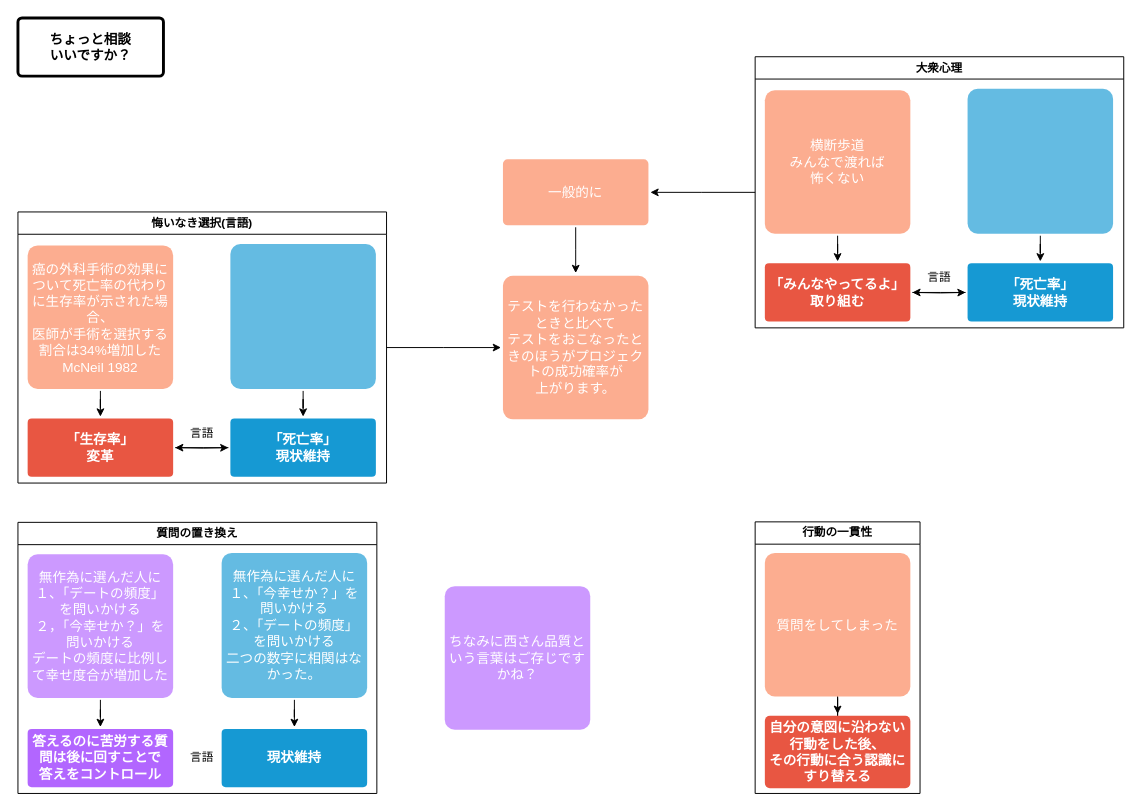
minegishirei/draw_v1 keeps this draw.io diagram as page "20240226品質の選択" (3 of 9) of psy/psy.drawio. Above is the earlier version. Source tidied: cells renumbered, new cells numbered last; positions are measured from the earlier drawing's top-left corner, leaving out a move shared by most shapes. Both pictures are drawn from the tidied source at 97%, with x=0, y=0 at pixel (17, 17).
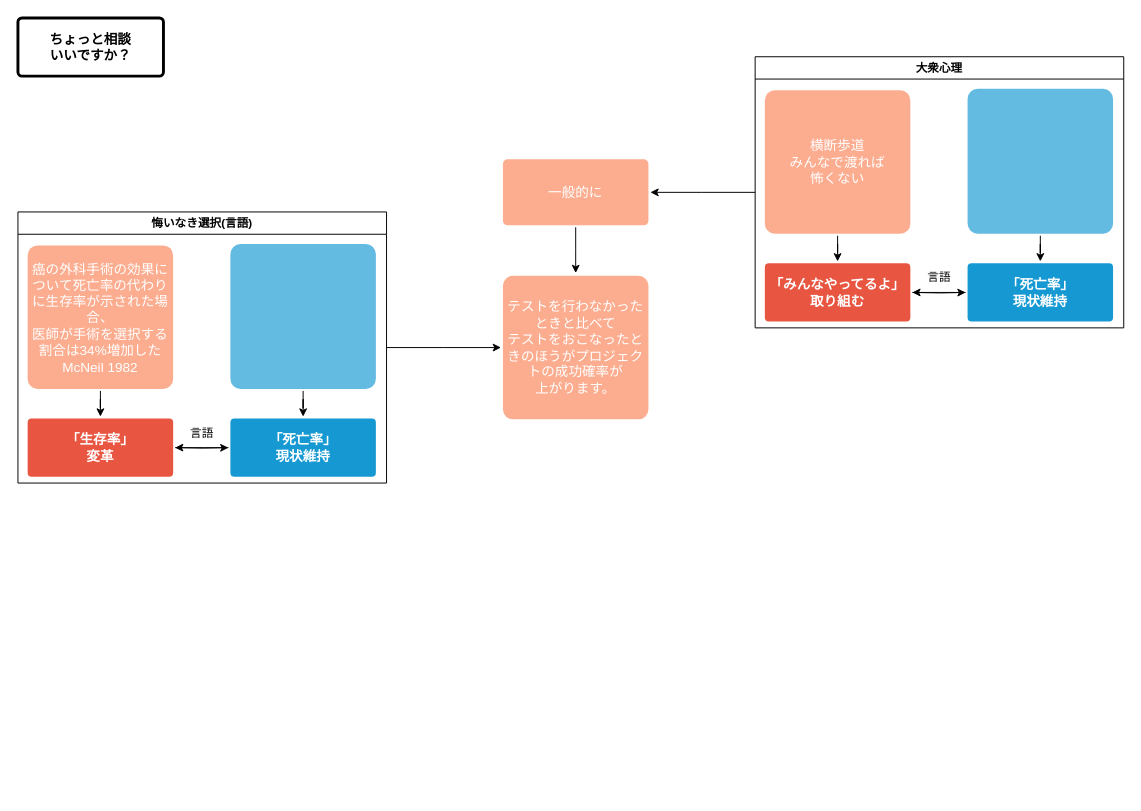
The same page after the edit.

The edit, as a diff of the source:
```diff
@@
-    <mxCell id="27" value="質問の置き換え" style="swimlane;whiteSpace=wrap;html=1;" parent="1" vertex="1">
-      <mxGeometry y="520" width="370" height="279.5" as="geometry" />
-    </mxCell>
-    <mxCell id="28" value="現状維持" style="rounded=1;whiteSpace=wrap;html=1;shadow=0;labelBackgroundColor=none;strokeColor=none;strokeWidth=3;fillColor=#1699d3;fontFamily=Helvetica;fontSize=14;fontColor=#FFFFFF;align=center;spacing=5;fontStyle=1;arcSize=7;perimeterSpacing=2;" parent="27" vertex="1">
-      <mxGeometry x="210" y="213" width="150" height="60" as="geometry" />
-    </mxCell>
-    <mxCell id="29" style="edgeStyle=orthogonalEdgeStyle;rounded=0;jettySize=auto;html=1;entryX=0.5;entryY=0;entryDx=0;entryDy=0;" parent="27" edge="1" source="30" target="28">
-      <mxGeometry relative="1" as="geometry" />
-    </mxCell>
-    <mxCell id="30" value="無作為に選んだ人に&lt;br style=&quot;border-color: var(--border-color);&quot;&gt;１、「今幸せか？」を問いかける&lt;br style=&quot;border-color: var(--border-color);&quot;&gt;２、「デートの頻度」を問いかける&lt;br style=&quot;border-color: var(--border-color);&quot;&gt;二つの数字に相関はなかった。" style="rounded=1;whiteSpace=wrap;html=1;shadow=0;labelBackgroundColor=none;strokeColor=none;strokeWidth=3;fillColor=#64bbe2;fontFamily=Helvetica;fontSize=14;fontColor=#FFFFFF;align=center;spacing=5;arcSize=7;perimeterSpacing=2;" parent="27" vertex="1">
-      <mxGeometry x="210" y="31.5" width="150" height="149.5" as="geometry" />
-    </mxCell>
-    <mxCell id="31" value="言語" style="text;html=1;strokeColor=none;fillColor=none;align=center;verticalAlign=middle;whiteSpace=wrap;rounded=0;" parent="27" vertex="1">
-      <mxGeometry x="160" y="228" width="60" height="30" as="geometry" />
-    </mxCell>
-    <mxCell id="32" value="答えるのに苦労する質問は後に回すことで&lt;br style=&quot;border-color: var(--border-color);&quot;&gt;答えをコントロール" style="rounded=1;whiteSpace=wrap;html=1;shadow=0;labelBackgroundColor=none;strokeColor=none;strokeWidth=3;fillColor=#B266FF;fontFamily=Helvetica;fontSize=14;fontColor=#FFFFFF;align=center;spacing=5;fontStyle=1;arcSize=7;perimeterSpacing=2;" parent="27" vertex="1">
-      <mxGeometry x="10" y="213" width="150" height="60" as="geometry" />
-    </mxCell>
-    <mxCell id="33" style="edgeStyle=orthogonalEdgeStyle;rounded=0;jettySize=auto;html=1;" parent="27" edge="1" source="34" target="32">
-      <mxGeometry relative="1" as="geometry" />
-    </mxCell>
-    <mxCell id="34" value="無作為に選んだ人に&lt;br style=&quot;border-color: var(--border-color);&quot;&gt;１、「デートの頻度」を問いかける&lt;br style=&quot;border-color: var(--border-color);&quot;&gt;２，「今幸せか？」を問いかける&lt;br style=&quot;border-color: var(--border-color);&quot;&gt;デートの頻度に比例して幸せ度合が増加した" style="rounded=1;whiteSpace=wrap;html=1;shadow=0;labelBackgroundColor=none;strokeColor=none;strokeWidth=3;fillColor=#CC99FF;fontFamily=Helvetica;fontSize=14;fontColor=#FFFFFF;align=center;spacing=5;arcSize=7;perimeterSpacing=2;" parent="27" vertex="1">
-      <mxGeometry x="10" y="33" width="150" height="148" as="geometry" />
-    </mxCell>
@@
-    <mxCell id="36" value="ちなみに西さん品質という言葉はご存じですかね？" style="rounded=1;whiteSpace=wrap;html=1;shadow=0;labelBackgroundColor=none;strokeColor=none;strokeWidth=3;fillColor=#CC99FF;fontFamily=Helvetica;fontSize=14;fontColor=#FFFFFF;align=center;spacing=5;arcSize=7;perimeterSpacing=2;" parent="1" vertex="1">
-      <mxGeometry x="440" y="585.8" width="150" height="148" as="geometry" />
-    </mxCell>
-    <mxCell id="37" value="行動の一貫性" style="swimlane;whiteSpace=wrap;html=1;" parent="1" vertex="1">
-      <mxGeometry x="760" y="519.5" width="170" height="280" as="geometry" />
-    </mxCell>
-    <mxCell id="38" style="edgeStyle=orthogonalEdgeStyle;rounded=0;jettySize=auto;html=1;entryX=0.5;entryY=0;entryDx=0;entryDy=0;" parent="37" edge="1" source="39" target="40">
-      <mxGeometry relative="1" as="geometry" />
-    </mxCell>
-    <mxCell id="39" value="質問をしてしまった" style="rounded=1;whiteSpace=wrap;html=1;shadow=0;labelBackgroundColor=none;strokeColor=none;strokeWidth=3;fillColor=#FCAD90;fontFamily=Helvetica;fontSize=14;fontColor=#FFFFFF;align=center;spacing=5;arcSize=7;perimeterSpacing=2;" parent="37" vertex="1">
-      <mxGeometry x="10" y="32" width="150" height="148" as="geometry" />
-    </mxCell>
-    <mxCell id="40" value="自分の意図に沿わない行動をした後、&lt;br style=&quot;border-color: var(--border-color);&quot;&gt;その行動に合う認識にすり替える" style="rounded=1;whiteSpace=wrap;html=1;shadow=0;labelBackgroundColor=none;strokeColor=none;strokeWidth=3;fillColor=#e85642;fontFamily=Helvetica;fontSize=14;fontColor=#FFFFFF;align=center;spacing=5;fontStyle=1;arcSize=7;perimeterSpacing=2;" parent="37" vertex="1">
-      <mxGeometry x="10" y="200" width="150" height="74.5" as="geometry" />
-    </mxCell>
```
